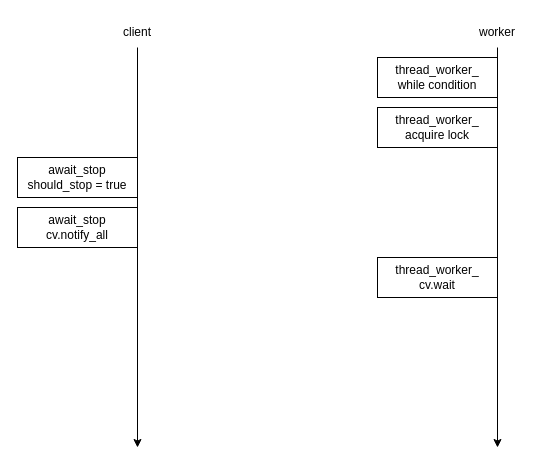
The draw.io diagram acquire-thread-pool.drawio in andy-sweet/diagrams, before the edit. Source tidied: cells renumbered, new cells numbered last; positions are measured from the earlier drawing's top-left corner, leaving out a move shared by most shapes. Both pictures are drawn from the tidied source at 100%, with x=0, y=0 at pixel (17, 17).
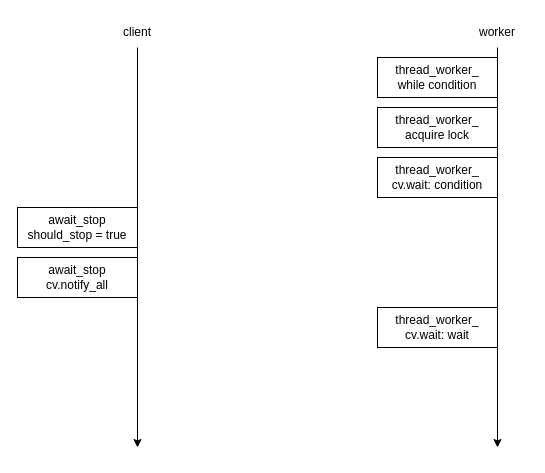
Above is the later version.

What changed in the source:
```diff
@@
 <mxGraphModel>
   <root>
     <mxCell id="0" />
     <mxCell id="1" parent="0" />
     <mxCell id="2" style="endArrow=classic;html=1;rounded=0;" parent="1" edge="1">
       <mxGeometry relative="1" as="geometry">
         <mxPoint x="120" y="30" as="sourcePoint" />
         <mxPoint x="120" y="430" as="targetPoint" />
       </mxGeometry>
     </mxCell>
     <mxCell id="3" style="endArrow=classic;html=1;rounded=0;" parent="1" edge="1">
       <mxGeometry relative="1" as="geometry">
         <mxPoint x="480" y="30" as="sourcePoint" />
         <mxPoint x="480" y="430" as="targetPoint" />
       </mxGeometry>
     </mxCell>
     <mxCell id="4" value="client" style="text;html=1;strokeColor=none;fillColor=none;align=center;verticalAlign=middle;whiteSpace=wrap;rounded=0;" parent="1" vertex="1">
       <mxGeometry x="90" width="60" height="30" as="geometry" />
     </mxCell>
     <mxCell id="5" value="worker" style="text;html=1;strokeColor=none;fillColor=none;align=center;verticalAlign=middle;whiteSpace=wrap;rounded=0;" parent="1" vertex="1">
       <mxGeometry x="450" width="60" height="30" as="geometry" />
     </mxCell>
     <mxCell id="6" value="thread_worker_&lt;br&gt;while condition" style="rounded=0;whiteSpace=wrap;html=1;" parent="1" vertex="1">
       <mxGeometry x="360" y="40" width="120" height="40" as="geometry" />
     </mxCell>
     <mxCell id="7" value="thread_worker_&lt;br&gt;acquire lock" style="rounded=0;whiteSpace=wrap;html=1;" parent="1" vertex="1">
       <mxGeometry x="360" y="90" width="120" height="40" as="geometry" />
     </mxCell>
-    <mxCell id="8" value="thread_worker_&lt;br&gt;cv.wait" style="rounded=0;whiteSpace=wrap;html=1;" parent="1" vertex="1">
-      <mxGeometry x="360" y="240" width="120" height="40" as="geometry" />
+    <mxCell id="8" value="thread_worker_&lt;br&gt;cv.wait: condition" style="rounded=0;whiteSpace=wrap;html=1;" parent="1" vertex="1">
+      <mxGeometry x="360" y="140" width="120" height="40" as="geometry" />
     </mxCell>
     <mxCell id="9" value="await_stop&lt;br&gt;should_stop = true" style="rounded=0;whiteSpace=wrap;html=1;" parent="1" vertex="1">
-      <mxGeometry y="140" width="120" height="40" as="geometry" />
+      <mxGeometry y="190" width="120" height="40" as="geometry" />
     </mxCell>
     <mxCell id="10" value="await_stop&lt;br&gt;cv.notify_all" style="rounded=0;whiteSpace=wrap;html=1;" parent="1" vertex="1">
-      <mxGeometry y="190" width="120" height="40" as="geometry" />
+      <mxGeometry y="240" width="120" height="40" as="geometry" />
     </mxCell>
+    <mxCell id="11" value="thread_worker_&lt;br&gt;cv.wait: wait" style="rounded=0;whiteSpace=wrap;html=1;" parent="1" vertex="1">
+      <mxGeometry x="360" y="290" width="120" height="40" as="geometry" />
+    </mxCell>
   </root>
 </mxGraphModel>
```
